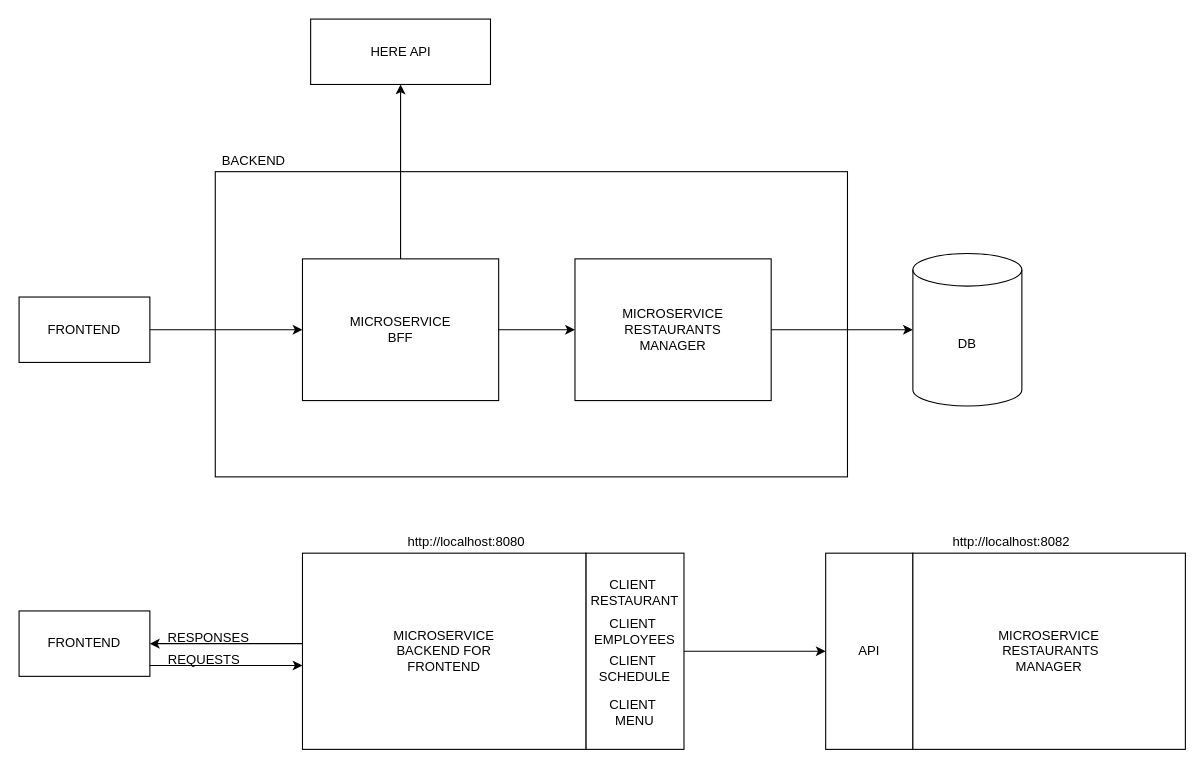
The draw.io diagram architecture/architecture diagram.drawio in porqueeuprogramo/pep-restaurant-documentation, before the edit. Source tidied: cells renumbered, new cells numbered last; positions are measured from the earlier drawing's top-left corner, leaving out a move shared by most shapes. Both pictures are drawn from the tidied source at 109%, with x=0, y=0 at pixel (19, 19).
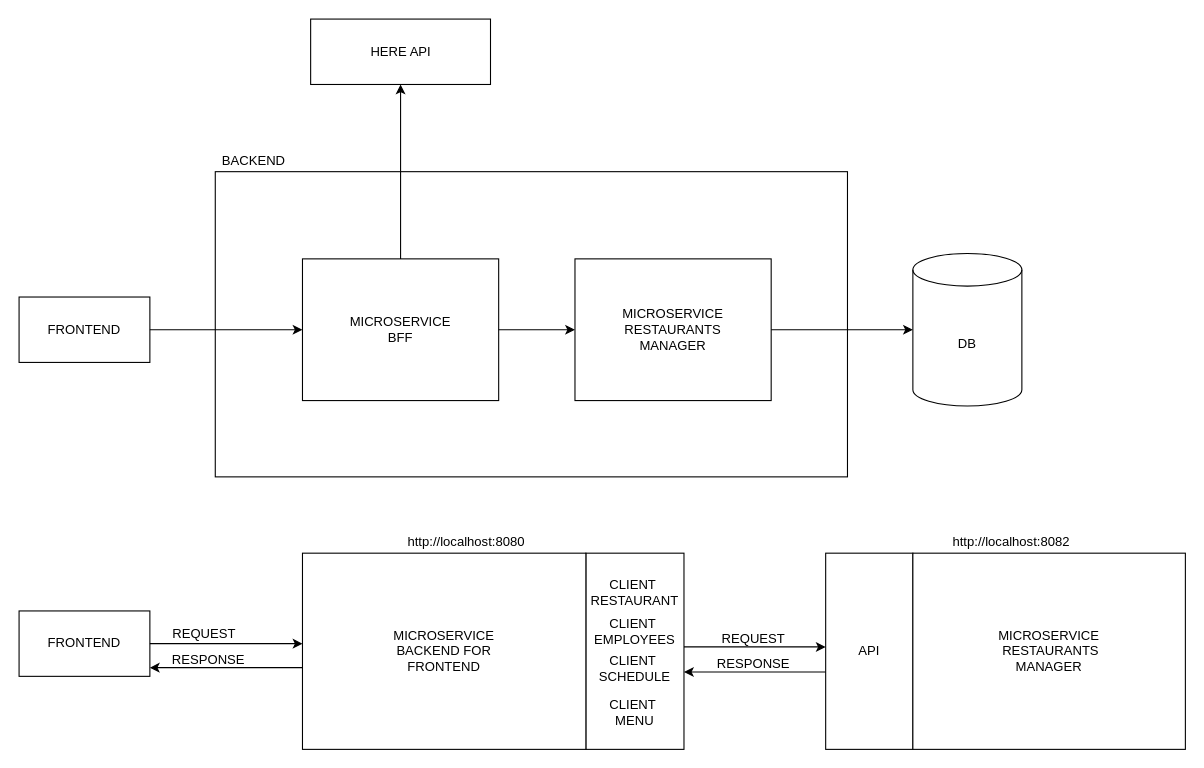
Above is the later version.

Commit message (it also covers changes not shown here):
architecture diagram updated. ms postman collection updated

The change refers to these unchanged cells:
```xml
<mxCell id="2" style="rounded=0;whiteSpace=wrap;html=1;" parent="1" vertex="1">
  <mxGeometry x="740" y="490" width="80" height="180" as="geometry" />
</mxCell>
<mxCell id="3" style="rounded=0;whiteSpace=wrap;html=1;" parent="1" vertex="1">
  <mxGeometry x="520" y="490" width="90" height="180" as="geometry" />
</mxCell>
<mxCell id="15" value="FRONTEND" style="rounded=0;whiteSpace=wrap;html=1;" parent="1" vertex="1">
  <mxGeometry y="543" width="120" height="60" as="geometry" />
</mxCell>
```

Change to the diagram source:
```diff
@@
-    <mxCell id="16" style="endArrow=classic;html=1;rounded=0;" parent="1" edge="1">
+    <mxCell id="16" style="endArrow=classic;html=1;rounded=0;strokeColor=default;labelBackgroundColor=default;fontColor=default;" parent="1" edge="1">
       <mxGeometry relative="1" as="geometry">
-        <mxPoint x="120" y="593" as="sourcePoint" />
-        <mxPoint x="260" y="593" as="targetPoint" />
+        <mxPoint x="120" y="573" as="sourcePoint" />
+        <mxPoint x="260" y="573" as="targetPoint" />
         <Array as="points">
-          <mxPoint x="190" y="593" />
+          <mxPoint x="190" y="573" />
         </Array>
       </mxGeometry>
     </mxCell>
@@
-    <mxCell id="19" style="endArrow=classic;html=1;rounded=0;entryX=1;entryY=0.5;entryDx=0;entryDy=0;" parent="1" edge="1" target="15">
+    <mxCell id="19" style="endArrow=classic;html=1;rounded=0;entryX=1;entryY=0.5;entryDx=0;entryDy=0;strokeColor=default;labelBackgroundColor=default;fontColor=default;" parent="1" edge="1">
       <mxGeometry relative="1" as="geometry">
-        <mxPoint x="260" y="573" as="sourcePoint" />
+        <mxPoint x="260" y="595" as="sourcePoint" />
+        <mxPoint x="120" y="595" as="targetPoint" />
       </mxGeometry>
     </mxCell>
-    <mxCell id="20" value="REQUESTS" style="text;html=1;strokeColor=none;fillColor=none;align=center;verticalAlign=middle;whiteSpace=wrap;rounded=0;" parent="1" vertex="1">
-      <mxGeometry x="140" y="573" width="60" height="30" as="geometry" />
+    <mxCell id="20" value="REQUEST" style="text;html=1;strokeColor=none;fillColor=none;align=center;verticalAlign=middle;whiteSpace=wrap;rounded=0;fontColor=default;" parent="1" vertex="1">
+      <mxGeometry x="140" y="549" width="60" height="30" as="geometry" />
     </mxCell>
-    <mxCell id="21" value="RESPONSES" style="text;html=1;strokeColor=none;fillColor=none;align=center;verticalAlign=middle;whiteSpace=wrap;rounded=0;" parent="1" vertex="1">
-      <mxGeometry x="144" y="553" width="60" height="30" as="geometry" />
+    <mxCell id="21" value="RESPONSE" style="text;html=1;strokeColor=none;fillColor=none;align=center;verticalAlign=middle;whiteSpace=wrap;rounded=0;fontColor=default;" parent="1" vertex="1">
+      <mxGeometry x="144" y="573" width="60" height="30" as="geometry" />
     </mxCell>
-    <mxCell id="22" style="endArrow=classic;html=1;rounded=0;exitX=1;exitY=0.5;exitDx=0;exitDy=0;entryX=0;entryY=0.5;entryDx=0;entryDy=0;" parent="1" edge="1" source="3" target="2">
-      <mxGeometry relative="1" as="geometry" />
+    <mxCell id="22" style="endArrow=classic;html=1;rounded=0;exitX=1;exitY=0.5;exitDx=0;exitDy=0;entryX=0;entryY=0.5;entryDx=0;entryDy=0;strokeColor=default;labelBackgroundColor=default;fontColor=default;" parent="1" edge="1">
+      <mxGeometry relative="1" as="geometry">
+        <mxPoint x="610" y="576" as="sourcePoint" />
+        <mxPoint x="740" y="576" as="targetPoint" />
+      </mxGeometry>
     </mxCell>
@@
-    <mxCell id="24" value="API" style="text;html=1;strokeColor=none;fillColor=none;align=center;verticalAlign=middle;whiteSpace=wrap;rounded=0;" parent="1" vertex="1">
+    <mxCell id="24" value="API" style="text;html=1;strokeColor=none;fillColor=none;align=center;verticalAlign=middle;whiteSpace=wrap;rounded=0;fontColor=default;" parent="1" vertex="1">
       <mxGeometry x="750" y="565" width="60" height="30" as="geometry" />
     </mxCell>
@@
+    <mxCell id="30" style="endArrow=classic;html=1;rounded=0;entryX=1;entryY=0.5;entryDx=0;entryDy=0;strokeColor=default;labelBackgroundColor=default;fontColor=default;" parent="1" edge="1">
+      <mxGeometry relative="1" as="geometry">
+        <mxPoint x="740" y="599" as="sourcePoint" />
+        <mxPoint x="610" y="599" as="targetPoint" />
+      </mxGeometry>
+    </mxCell>
+    <mxCell id="31" value="REQUEST" style="text;html=1;strokeColor=none;fillColor=none;align=center;verticalAlign=middle;whiteSpace=wrap;rounded=0;fontColor=default;" parent="1" vertex="1">
+      <mxGeometry x="644" y="554" width="60" height="30" as="geometry" />
+    </mxCell>
+    <mxCell id="32" value="RESPONSE" style="text;html=1;strokeColor=none;fillColor=none;align=center;verticalAlign=middle;whiteSpace=wrap;rounded=0;fontColor=default;" parent="1" vertex="1">
+      <mxGeometry x="644" y="577" width="60" height="30" as="geometry" />
+    </mxCell>
```
